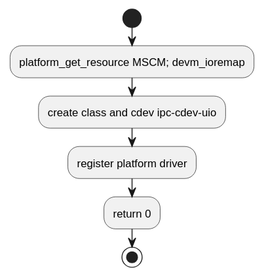
Above: c1_sdd_linux-ipcs/cursor_tmp/flow_svgs/linux_6_4_25_ipcsShmUioProbe.svg in Mastang1/sad_sdd_proj (PlantUML), before the change.
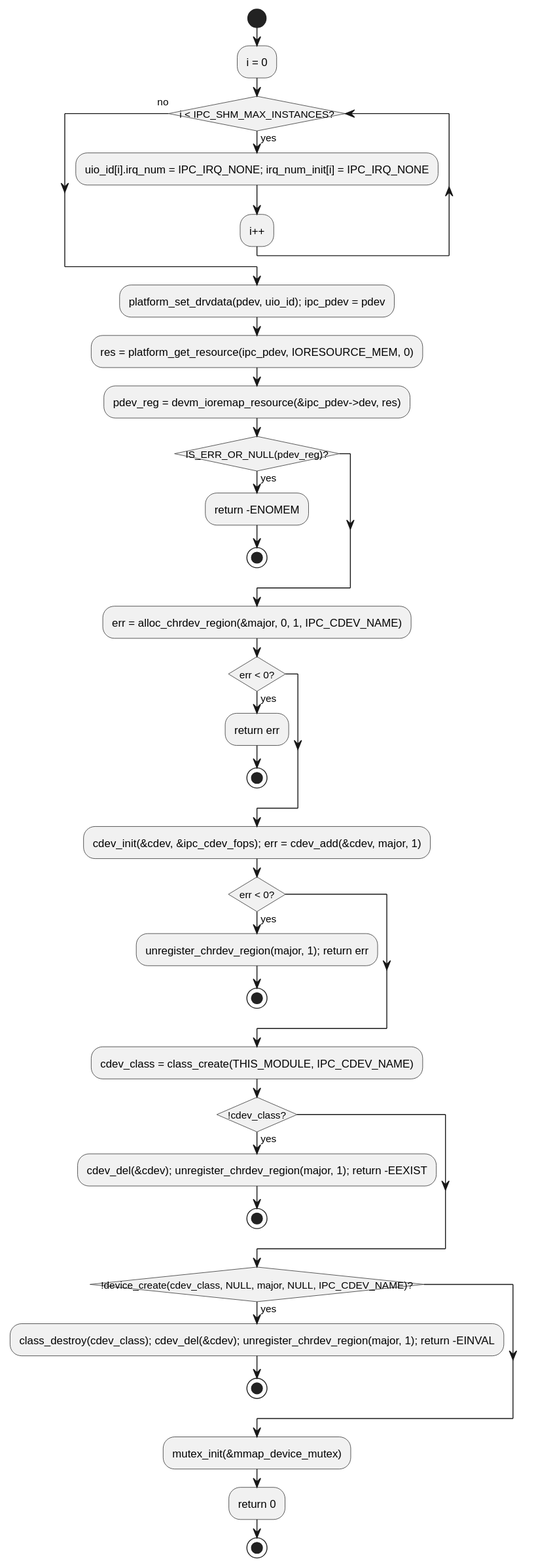
After the change.

Diff of the diagram source:
```diff
@@ -3,9 +3,38 @@
 skinparam conditionStyle insideDiamond
 skinparam linetype ortho
 start
-:platform_get_resource MSCM; devm_ioremap;
-:create class and cdev ipc-cdev-uio;
-:register platform driver;
+:i = 0;
+while (i < IPC_SHM_MAX_INSTANCES?) is (yes)
+  :uio_id[i].irq_num = IPC_IRQ_NONE; irq_num_init[i] = IPC_IRQ_NONE;
+  :i++;
+endwhile (no)
+:platform_set_drvdata(pdev, uio_id); ipc_pdev = pdev;
+:res = platform_get_resource(ipc_pdev, IORESOURCE_MEM, 0);
+:pdev_reg = devm_ioremap_resource(&ipc_pdev->dev, res);
+if (IS_ERR_OR_NULL(pdev_reg)?) then (yes)
+  :return -ENOMEM;
+stop
+endif
+:err = alloc_chrdev_region(&major, 0, 1, IPC_CDEV_NAME);
+if (err < 0?) then (yes)
+  :return err;
+stop
+endif
+:cdev_init(&cdev, &ipc_cdev_fops); err = cdev_add(&cdev, major, 1);
+if (err < 0?) then (yes)
+  :unregister_chrdev_region(major, 1); return err;
+stop
+endif
+:cdev_class = class_create(THIS_MODULE, IPC_CDEV_NAME);
+if (!cdev_class?) then (yes)
+  :cdev_del(&cdev); unregister_chrdev_region(major, 1); return -EEXIST;
+stop
+endif
+if (!device_create(cdev_class, NULL, major, NULL, IPC_CDEV_NAME)?) then (yes)
+  :class_destroy(cdev_class); cdev_del(&cdev); unregister_chrdev_region(major, 1); return -EINVAL;
+stop
+endif
+:mutex_init(&mmap_device_mutex);
 :return 0;
 stop
 @enduml
```
